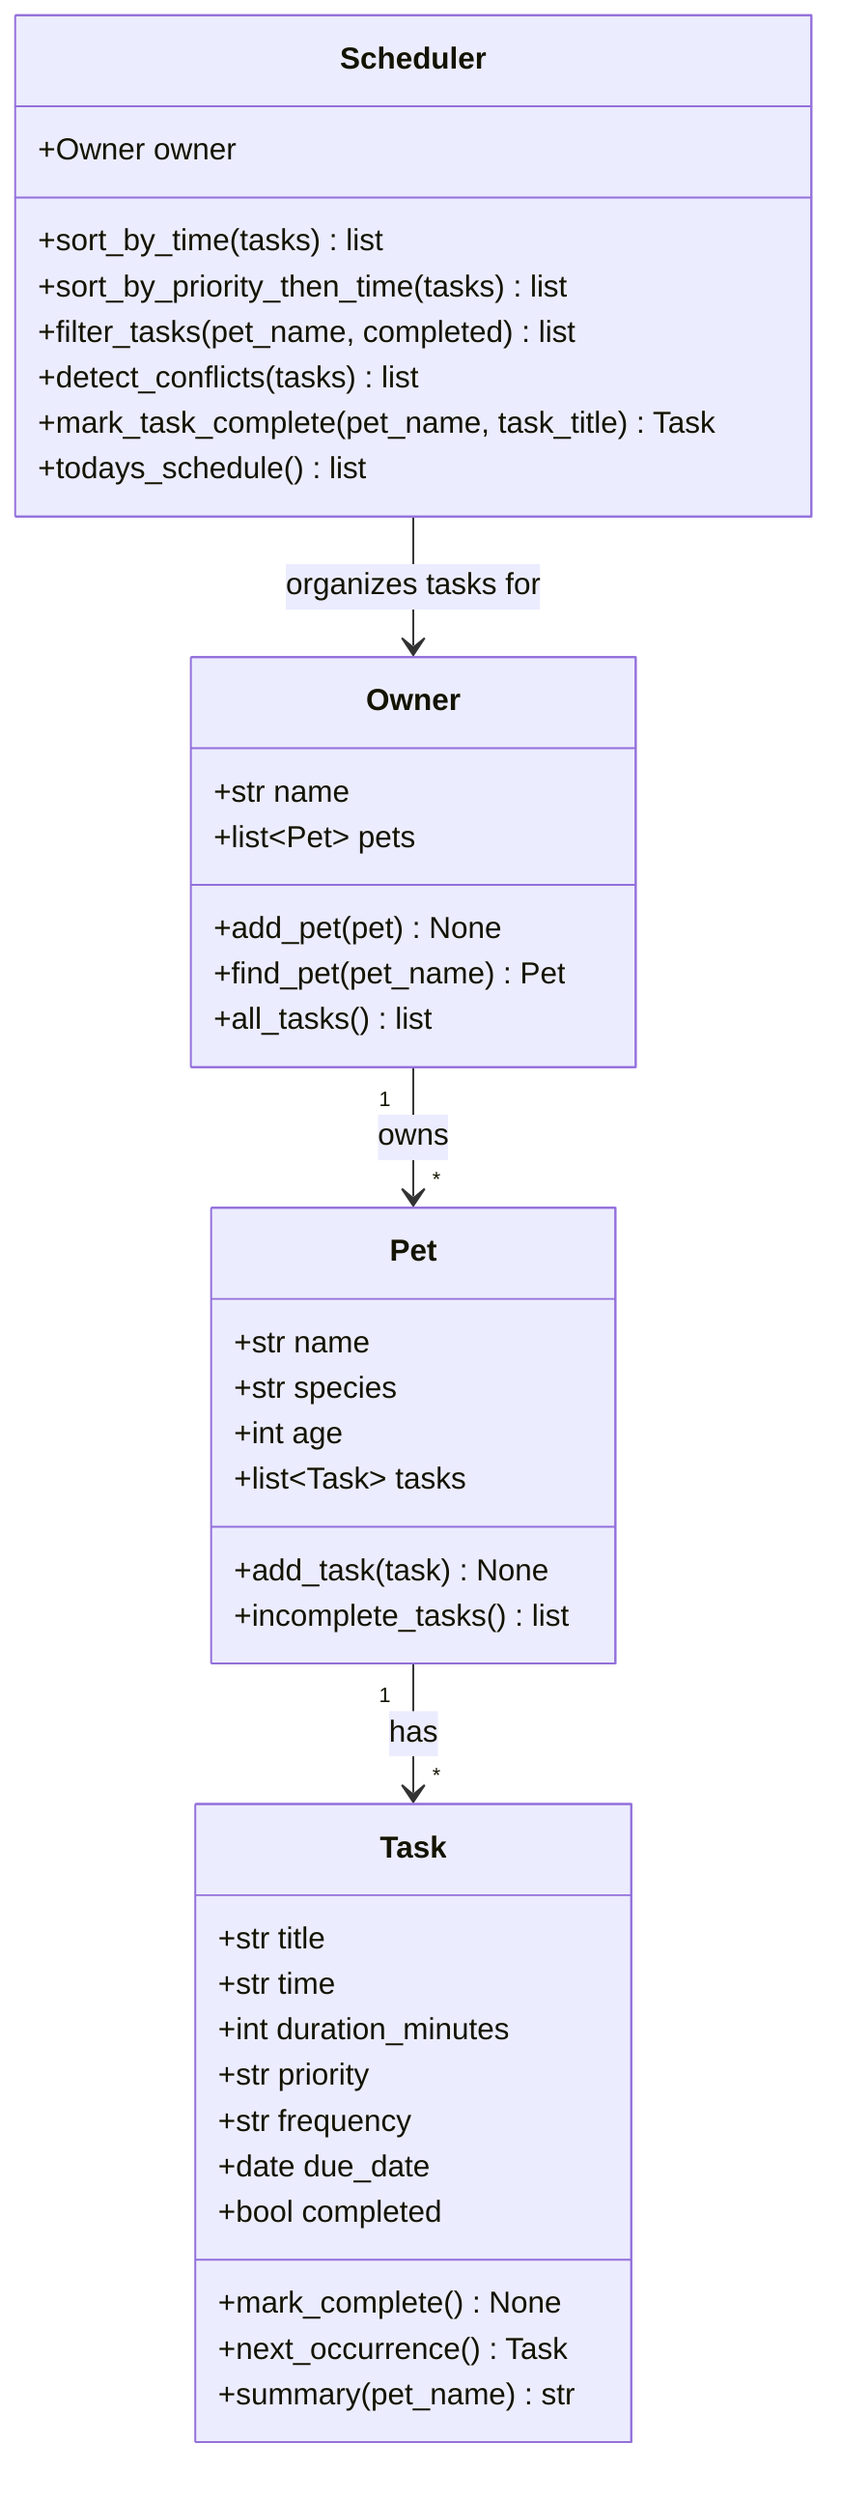
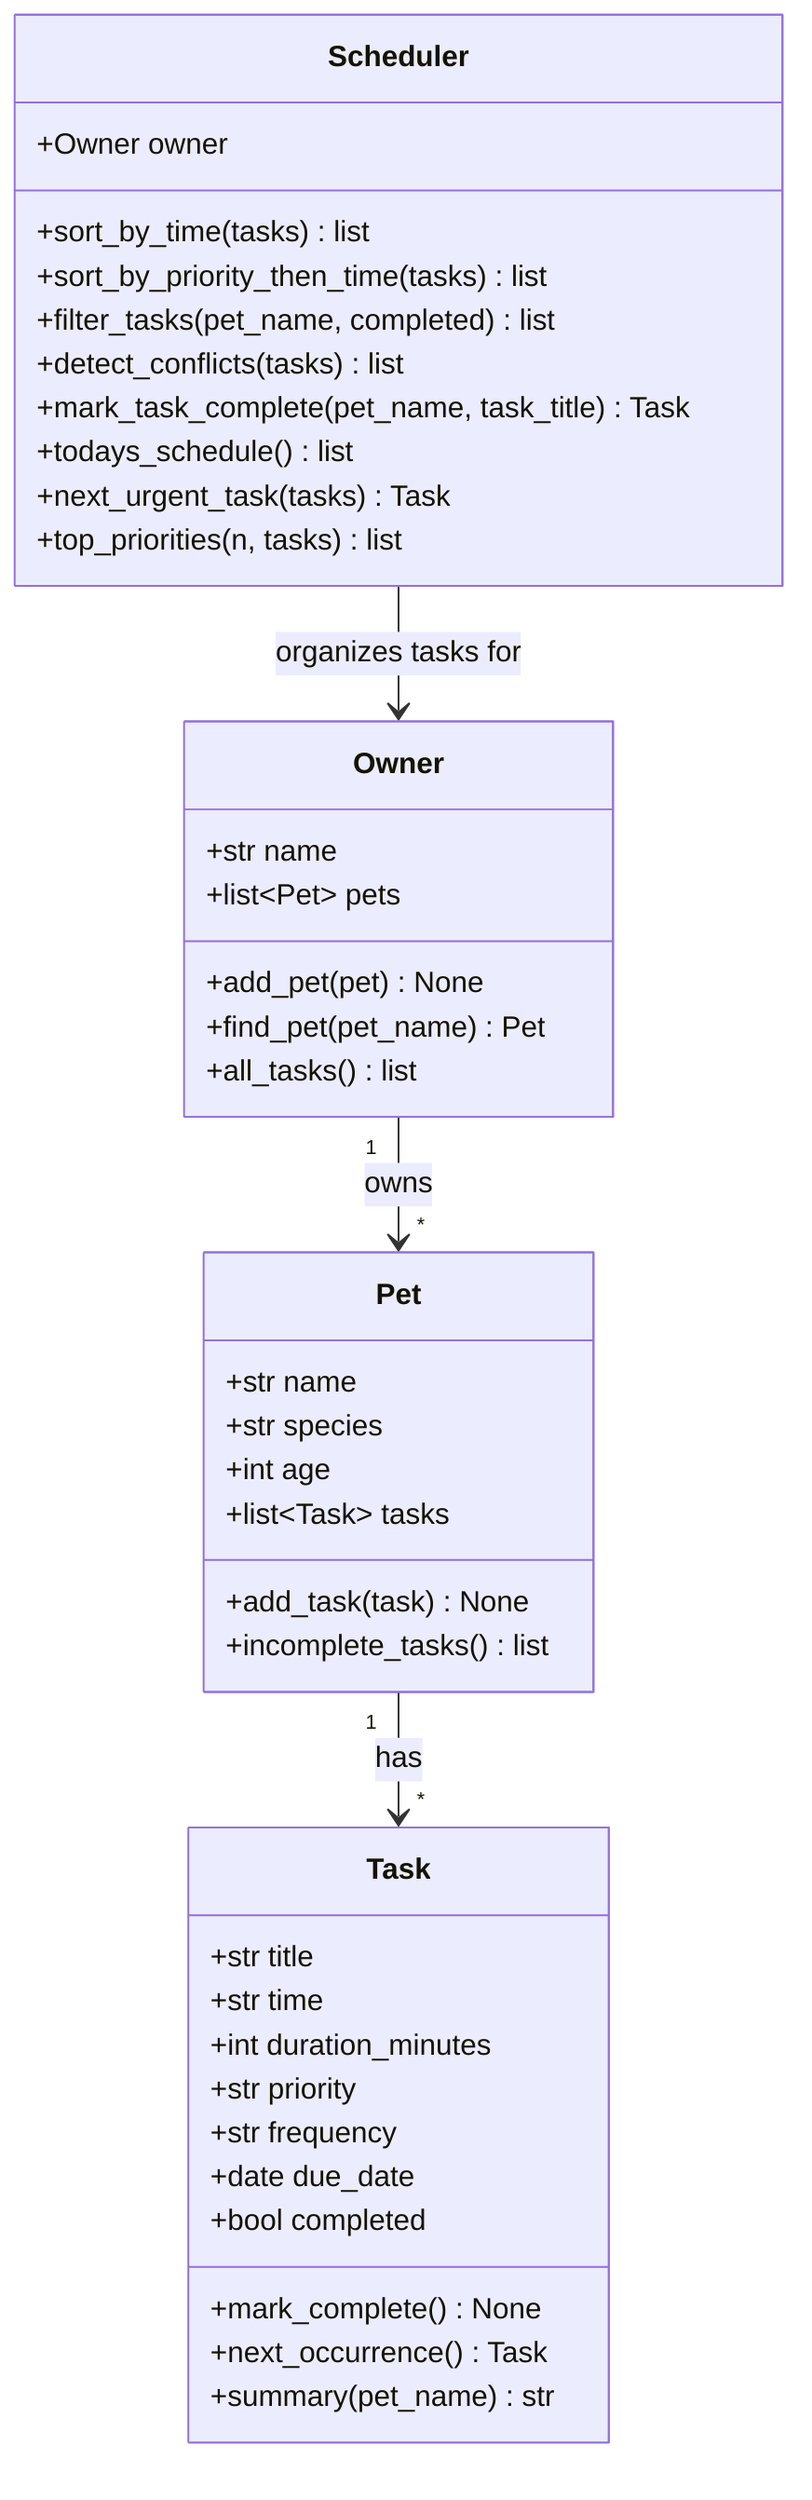
classDiagram
    class Owner {
        +str name
        +list~Pet~ pets
        +add_pet(pet) None
        +find_pet(pet_name) Pet
        +all_tasks() list
    }

    class Pet {
        +str name
        +str species
        +int age
        +list~Task~ tasks
        +add_task(task) None
        +incomplete_tasks() list
    }

    class Task {
        +str title
        +str time
        +int duration_minutes
        +str priority
        +str frequency
        +date due_date
        +bool completed
        +mark_complete() None
        +next_occurrence() Task
        +summary(pet_name) str
    }

    class Scheduler {
        +Owner owner
        +sort_by_time(tasks) list
        +sort_by_priority_then_time(tasks) list
        +filter_tasks(pet_name, completed) list
        +detect_conflicts(tasks) list
        +mark_task_complete(pet_name, task_title) Task
        +todays_schedule() list
+         +next_urgent_task(tasks) Task
+         +top_priorities(n, tasks) list
    }

    Owner "1" --> "*" Pet : owns
    Pet "1" --> "*" Task : has
    Scheduler --> Owner : organizes tasks for
